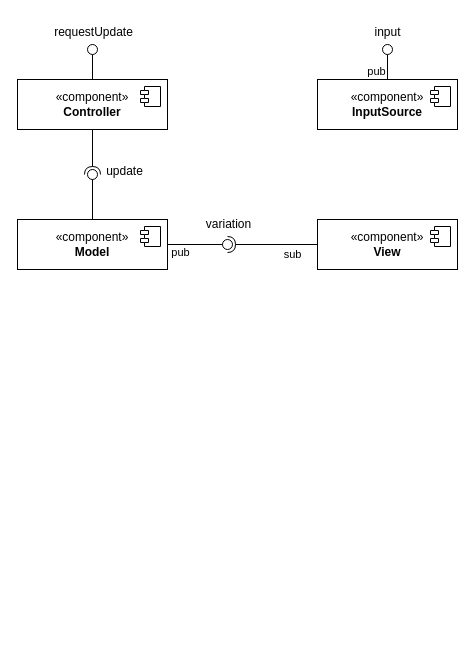
Earlier version of the draw.io diagram page "static-level" (1 of 2) of schema.drawio (manuandru/sap-assignment-01). Source tidied: cells renumbered, new cells numbered last; positions are measured from the earlier drawing's top-left corner, leaving out a move shared by most shapes. Both pictures are drawn from the tidied source at 100%, with x=0, y=0 at pixel (17, 17).
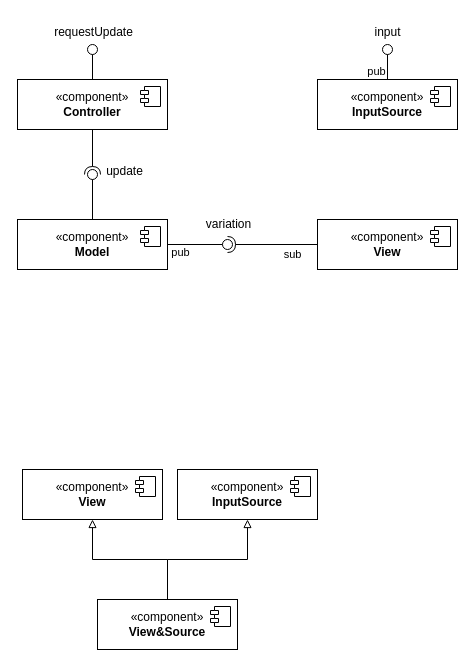
The same diagram, later.

Commit message:
wip: runtime schema

The edit, as a diff of the source:
```diff
@@
+    <mxCell id="27" value="«component»&lt;br&gt;&lt;b&gt;InputSource&lt;br&gt;&lt;/b&gt;" style="html=1;whiteSpace=wrap;" parent="1" vertex="1">
+      <mxGeometry x="160" y="452" width="140" height="50" as="geometry" />
+    </mxCell>
+    <mxCell id="28" style="shape=module;jettyWidth=8;jettyHeight=4;" parent="27" vertex="1">
+      <mxGeometry x="1" width="20" height="20" relative="1" as="geometry">
+        <mxPoint x="-27" y="7" as="offset" />
+      </mxGeometry>
+    </mxCell>
+    <mxCell id="29" value="«component»&lt;br&gt;&lt;b&gt;View&lt;br&gt;&lt;/b&gt;" style="html=1;whiteSpace=wrap;" parent="1" vertex="1">
+      <mxGeometry x="5" y="452" width="140" height="50" as="geometry" />
+    </mxCell>
+    <mxCell id="30" style="shape=module;jettyWidth=8;jettyHeight=4;" parent="29" vertex="1">
+      <mxGeometry x="1" width="20" height="20" relative="1" as="geometry">
+        <mxPoint x="-27" y="7" as="offset" />
+      </mxGeometry>
+    </mxCell>
+    <mxCell id="31" style="edgeStyle=orthogonalEdgeStyle;rounded=0;jettySize=auto;html=1;endArrow=block;endFill=0;" parent="1" edge="1" source="33" target="29">
+      <mxGeometry relative="1" as="geometry" />
+    </mxCell>
+    <mxCell id="32" style="edgeStyle=orthogonalEdgeStyle;rounded=0;jettySize=auto;html=1;endArrow=block;endFill=0;" parent="1" edge="1" source="33" target="27">
+      <mxGeometry relative="1" as="geometry" />
+    </mxCell>
+    <mxCell id="33" value="«component»&lt;br&gt;&lt;b&gt;View&amp;amp;Source&lt;br&gt;&lt;/b&gt;" style="html=1;whiteSpace=wrap;" parent="1" vertex="1">
+      <mxGeometry x="80" y="582" width="140" height="50" as="geometry" />
+    </mxCell>
+    <mxCell id="34" style="shape=module;jettyWidth=8;jettyHeight=4;" parent="33" vertex="1">
+      <mxGeometry x="1" width="20" height="20" relative="1" as="geometry">
+        <mxPoint x="-27" y="7" as="offset" />
+      </mxGeometry>
+    </mxCell>
```
